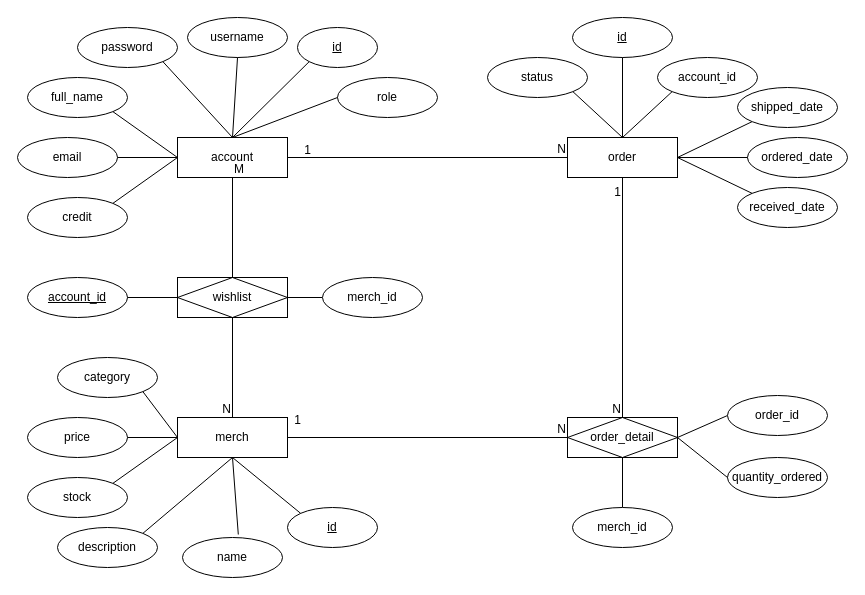
The draw.io diagram Untitled Diagram.drawio in GumaMohdor/Hallyuin-UTS.ver, before the edit. Source tidied: cells renumbered, new cells numbered last; positions are measured from the earlier drawing's top-left corner, leaving out a move shared by most shapes. Both pictures are drawn from the tidied source at 100%, with x=0, y=0 at pixel (17, 17).
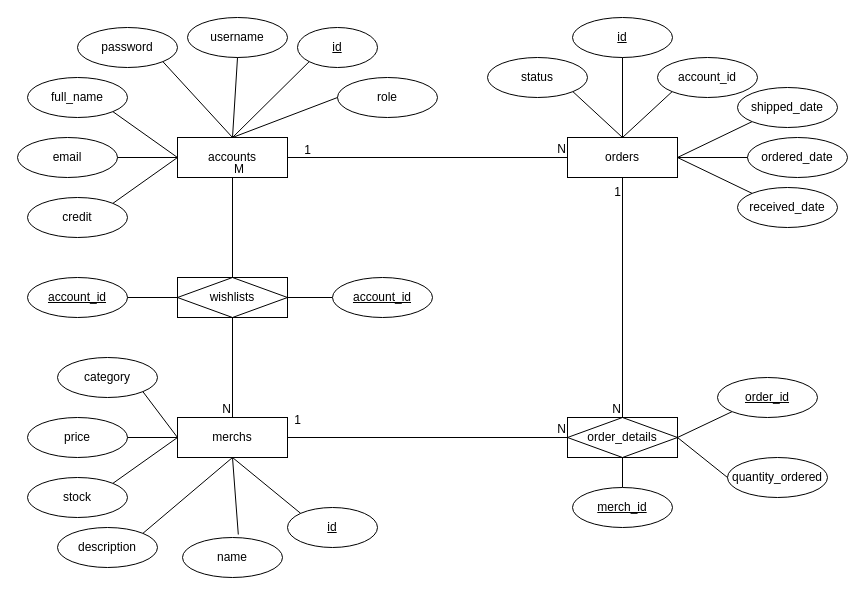
The same diagram, later.

Diff of the diagram source:
```diff
@@
-    <mxCell id="2" value="account" style="rounded=0;whiteSpace=wrap;html=1;" parent="1" vertex="1">
+    <mxCell id="2" value="accounts" style="rounded=0;whiteSpace=wrap;html=1;" parent="1" vertex="1">
       <mxGeometry x="160" y="120" width="110" height="40" as="geometry" />
     </mxCell>
@@
-    <mxCell id="15" value="merch" style="whiteSpace=wrap;html=1;align=center;" parent="1" vertex="1">
+    <mxCell id="15" value="merchs" style="whiteSpace=wrap;html=1;align=center;" parent="1" vertex="1">
       <mxGeometry x="160" y="400" width="110" height="40" as="geometry" />
     </mxCell>
@@
-    <mxCell id="31" value="wishlist" style="shape=associativeEntity;whiteSpace=wrap;html=1;align=center;" parent="1" vertex="1">
+    <mxCell id="31" value="wishlists" style="shape=associativeEntity;whiteSpace=wrap;html=1;align=center;" parent="1" vertex="1">
       <mxGeometry x="160" y="260" width="110" height="40" as="geometry" />
     </mxCell>
@@
-    <mxCell id="34" style="endArrow=none;html=1;rounded=0;exitX=1;exitY=0.5;exitDx=0;exitDy=0;entryX=0;entryY=0.5;entryDx=0;entryDy=0;" parent="1" edge="1" source="31" target="66">
+    <mxCell id="34" style="endArrow=none;html=1;rounded=0;exitX=1;exitY=0.5;exitDx=0;exitDy=0;entryX=0;entryY=0.5;entryDx=0;entryDy=0;" parent="1" edge="1" source="31" target="67">
       <mxGeometry relative="1" as="geometry" />
     </mxCell>
@@
-    <mxCell id="37" value="order" style="whiteSpace=wrap;html=1;align=center;" parent="1" vertex="1">
+    <mxCell id="37" value="orders" style="whiteSpace=wrap;html=1;align=center;" parent="1" vertex="1">
       <mxGeometry x="550" y="120" width="110" height="40" as="geometry" />
     </mxCell>
@@
-    <mxCell id="48" value="order_detail" style="shape=associativeEntity;whiteSpace=wrap;html=1;align=center;" parent="1" vertex="1">
+    <mxCell id="48" value="order_details" style="shape=associativeEntity;whiteSpace=wrap;html=1;align=center;" parent="1" vertex="1">
       <mxGeometry x="550" y="400" width="110" height="40" as="geometry" />
     </mxCell>
@@
-    <mxCell id="52" style="endArrow=none;html=1;rounded=0;exitX=0.5;exitY=0;exitDx=0;exitDy=0;entryX=0.5;entryY=1;entryDx=0;entryDy=0;" parent="1" edge="1" source="64" target="48">
+    <mxCell id="52" style="endArrow=none;html=1;rounded=0;exitX=0.5;exitY=0;exitDx=0;exitDy=0;entryX=0.5;entryY=1;entryDx=0;entryDy=0;" parent="1" edge="1" source="68" target="48">
       <mxGeometry relative="1" as="geometry" />
     </mxCell>
-    <mxCell id="53" style="endArrow=none;html=1;rounded=0;exitX=0;exitY=0.5;exitDx=0;exitDy=0;entryX=1;entryY=0.5;entryDx=0;entryDy=0;" parent="1" edge="1" source="65" target="48">
+    <mxCell id="53" style="endArrow=none;html=1;rounded=0;exitX=0;exitY=1;exitDx=0;exitDy=0;entryX=1;entryY=0.5;entryDx=0;entryDy=0;" parent="1" edge="1" source="65" target="48">
       <mxGeometry relative="1" as="geometry" />
     </mxCell>
@@
-    <mxCell id="64" value="merch_id" style="ellipse;whiteSpace=wrap;html=1;align=center;" parent="1" vertex="1">
-      <mxGeometry x="555" y="490" width="100" height="40" as="geometry" />
-    </mxCell>
+    <mxCell id="67" value="account_id" style="ellipse;whiteSpace=wrap;html=1;align=center;fontStyle=4;" parent="1" vertex="1">
+      <mxGeometry x="315" y="260" width="100" height="40" as="geometry" />
+    </mxCell>
-    <mxCell id="65" value="order_id" style="ellipse;whiteSpace=wrap;html=1;align=center;" parent="1" vertex="1">
-      <mxGeometry x="710" y="378" width="100" height="40" as="geometry" />
+    <mxCell id="65" value="order_id" style="ellipse;whiteSpace=wrap;html=1;align=center;fontStyle=4;" parent="1" vertex="1">
+      <mxGeometry x="700" y="360" width="100" height="40" as="geometry" />
     </mxCell>
-    <mxCell id="66" value="merch_id" style="ellipse;whiteSpace=wrap;html=1;align=center;" parent="1" vertex="1">
-      <mxGeometry x="305" y="260" width="100" height="40" as="geometry" />
-    </mxCell>
+    <mxCell id="68" value="merch_id" style="ellipse;whiteSpace=wrap;html=1;align=center;fontStyle=4;" parent="1" vertex="1">
+      <mxGeometry x="555" y="470" width="100" height="40" as="geometry" />
+    </mxCell>
```
